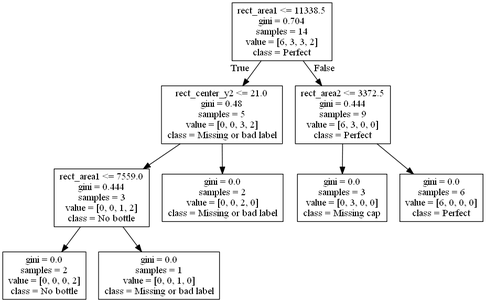
balazshorvath/ImageProcessing keeps this Graphviz diagram as coke_bottle/decision_tree.dot.png. Above is the earlier version. Its source is kept beside it as coke_bottle/decision_tree.dot. Source of this version:
```dot
digraph Tree {
node [shape=box] ;
0 [label="rect_area1 <= 11338.5\ngini = 0.704\nsamples = 14\nvalue = [6, 3, 3, 2]\nclass = Perfect"] ;
1 [label="rect_center_y2 <= 21.0\ngini = 0.48\nsamples = 5\nvalue = [0, 0, 3, 2]\nclass = Missing or bad label"] ;
0 -> 1 [labeldistance=2.5, labelangle=45, headlabel="True"] ;
2 [label="rect_area1 <= 7559.0\ngini = 0.444\nsamples = 3\nvalue = [0, 0, 1, 2]\nclass = No bottle"] ;
1 -> 2 ;
3 [label="gini = 0.0\nsamples = 2\nvalue = [0, 0, 0, 2]\nclass = No bottle"] ;
2 -> 3 ;
4 [label="gini = 0.0\nsamples = 1\nvalue = [0, 0, 1, 0]\nclass = Missing or bad label"] ;
2 -> 4 ;
5 [label="gini = 0.0\nsamples = 2\nvalue = [0, 0, 2, 0]\nclass = Missing or bad label"] ;
1 -> 5 ;
6 [label="rect_area2 <= 3372.5\ngini = 0.444\nsamples = 9\nvalue = [6, 3, 0, 0]\nclass = Perfect"] ;
0 -> 6 [labeldistance=2.5, labelangle=-45, headlabel="False"] ;
7 [label="gini = 0.0\nsamples = 3\nvalue = [0, 3, 0, 0]\nclass = Missing cap"] ;
6 -> 7 ;
8 [label="gini = 0.0\nsamples = 6\nvalue = [6, 0, 0, 0]\nclass = Perfect"] ;
6 -> 8 ;
}
```
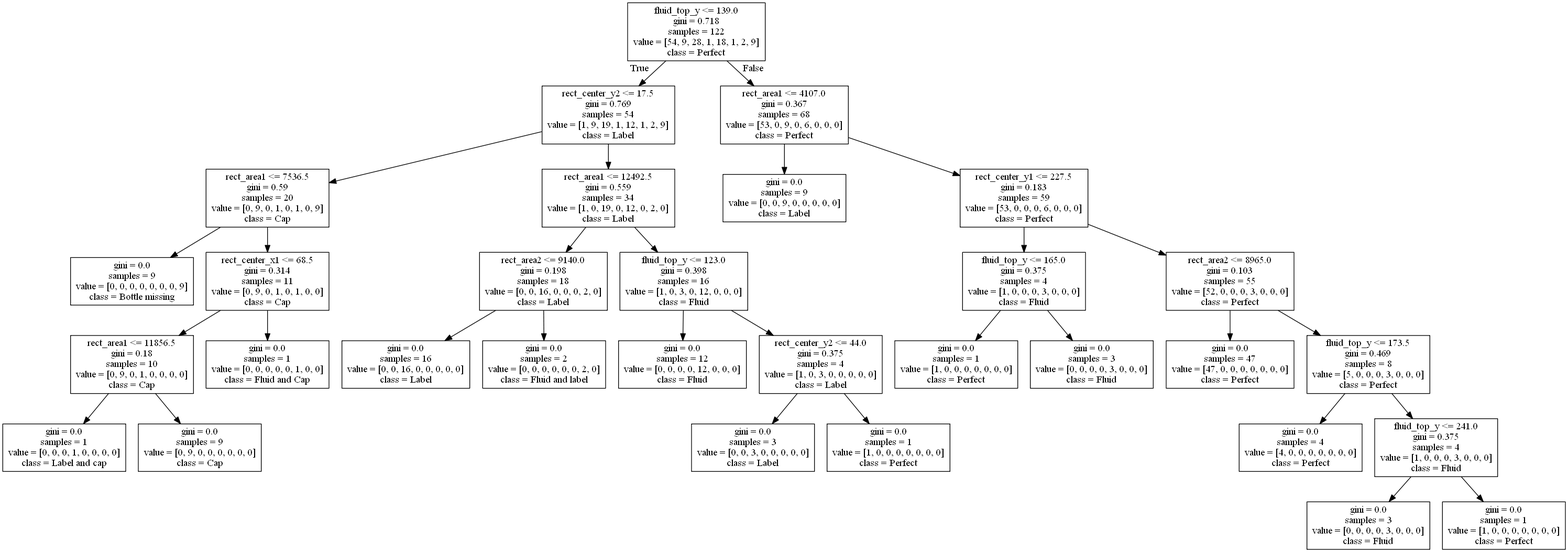
Above is the later version.

Commit message:
Updated decision tree solution with the new data set. took the deformation out of the picture, the image processing simply does a bad job at this.

What changed in the source:
```diff
@@ -1,20 +1,64 @@
 digraph Tree {
 node [shape=box] ;
-0 [label="rect_area1 <= 11338.5\ngini = 0.704\nsamples = 14\nvalue = [6, 3, 3, 2]\nclass = Perfect"] ;
-1 [label="rect_center_y2 <= 21.0\ngini = 0.48\nsamples = 5\nvalue = [0, 0, 3, 2]\nclass = Missing or bad label"] ;
+0 [label="fluid_top_y <= 139.0\ngini = 0.718\nsamples = 122\nvalue = [54, 9, 28, 1, 18, 1, 2, 9]\nclass = Perfect"] ;
+1 [label="rect_center_y2 <= 17.5\ngini = 0.769\nsamples = 54\nvalue = [1, 9, 19, 1, 12, 1, 2, 9]\nclass = Label"] ;
 0 -> 1 [labeldistance=2.5, labelangle=45, headlabel="True"] ;
-2 [label="rect_area1 <= 7559.0\ngini = 0.444\nsamples = 3\nvalue = [0, 0, 1, 2]\nclass = No bottle"] ;
+2 [label="rect_area1 <= 7536.5\ngini = 0.59\nsamples = 20\nvalue = [0, 9, 0, 1, 0, 1, 0, 9]\nclass = Cap"] ;
 1 -> 2 ;
-3 [label="gini = 0.0\nsamples = 2\nvalue = [0, 0, 0, 2]\nclass = No bottle"] ;
+3 [label="gini = 0.0\nsamples = 9\nvalue = [0, 0, 0, 0, 0, 0, 0, 9]\nclass = Bottle missing"] ;
 2 -> 3 ;
-4 [label="gini = 0.0\nsamples = 1\nvalue = [0, 0, 1, 0]\nclass = Missing or bad label"] ;
+4 [label="rect_center_x1 <= 68.5\ngini = 0.314\nsamples = 11\nvalue = [0, 9, 0, 1, 0, 1, 0, 0]\nclass = Cap"] ;
 2 -> 4 ;
-5 [label="gini = 0.0\nsamples = 2\nvalue = [0, 0, 2, 0]\nclass = Missing or bad label"] ;
-1 -> 5 ;
-6 [label="rect_area2 <= 3372.5\ngini = 0.444\nsamples = 9\nvalue = [6, 3, 0, 0]\nclass = Perfect"] ;
-0 -> 6 [labeldistance=2.5, labelangle=-45, headlabel="False"] ;
-7 [label="gini = 0.0\nsamples = 3\nvalue = [0, 3, 0, 0]\nclass = Missing cap"] ;
-6 -> 7 ;
-8 [label="gini = 0.0\nsamples = 6\nvalue = [6, 0, 0, 0]\nclass = Perfect"] ;
-6 -> 8 ;
+5 [label="rect_area1 <= 11856.5\ngini = 0.18\nsamples = 10\nvalue = [0, 9, 0, 1, 0, 0, 0, 0]\nclass = Cap"] ;
+4 -> 5 ;
+6 [label="gini = 0.0\nsamples = 1\nvalue = [0, 0, 0, 1, 0, 0, 0, 0]\nclass = Label and cap"] ;
+5 -> 6 ;
+7 [label="gini = 0.0\nsamples = 9\nvalue = [0, 9, 0, 0, 0, 0, 0, 0]\nclass = Cap"] ;
+5 -> 7 ;
+8 [label="gini = 0.0\nsamples = 1\nvalue = [0, 0, 0, 0, 0, 1, 0, 0]\nclass = Fluid and Cap"] ;
+4 -> 8 ;
+9 [label="rect_area1 <= 12492.5\ngini = 0.559\nsamples = 34\nvalue = [1, 0, 19, 0, 12, 0, 2, 0]\nclass = Label"] ;
+1 -> 9 ;
+10 [label="rect_area2 <= 9140.0\ngini = 0.198\nsamples = 18\nvalue = [0, 0, 16, 0, 0, 0, 2, 0]\nclass = Label"] ;
+9 -> 10 ;
+11 [label="gini = 0.0\nsamples = 16\nvalue = [0, 0, 16, 0, 0, 0, 0, 0]\nclass = Label"] ;
+10 -> 11 ;
+12 [label="gini = 0.0\nsamples = 2\nvalue = [0, 0, 0, 0, 0, 0, 2, 0]\nclass = Fluid and label"] ;
+10 -> 12 ;
+13 [label="fluid_top_y <= 123.0\ngini = 0.398\nsamples = 16\nvalue = [1, 0, 3, 0, 12, 0, 0, 0]\nclass = Fluid"] ;
+9 -> 13 ;
+14 [label="gini = 0.0\nsamples = 12\nvalue = [0, 0, 0, 0, 12, 0, 0, 0]\nclass = Fluid"] ;
+13 -> 14 ;
+15 [label="rect_center_y2 <= 44.0\ngini = 0.375\nsamples = 4\nvalue = [1, 0, 3, 0, 0, 0, 0, 0]\nclass = Label"] ;
+13 -> 15 ;
+16 [label="gini = 0.0\nsamples = 3\nvalue = [0, 0, 3, 0, 0, 0, 0, 0]\nclass = Label"] ;
+15 -> 16 ;
+17 [label="gini = 0.0\nsamples = 1\nvalue = [1, 0, 0, 0, 0, 0, 0, 0]\nclass = Perfect"] ;
+15 -> 17 ;
+18 [label="rect_area1 <= 4107.0\ngini = 0.367\nsamples = 68\nvalue = [53, 0, 9, 0, 6, 0, 0, 0]\nclass = Perfect"] ;
+0 -> 18 [labeldistance=2.5, labelangle=-45, headlabel="False"] ;
+19 [label="gini = 0.0\nsamples = 9\nvalue = [0, 0, 9, 0, 0, 0, 0, 0]\nclass = Label"] ;
+18 -> 19 ;
+20 [label="rect_center_y1 <= 227.5\ngini = 0.183\nsamples = 59\nvalue = [53, 0, 0, 0, 6, 0, 0, 0]\nclass = Perfect"] ;
+18 -> 20 ;
+21 [label="fluid_top_y <= 165.0\ngini = 0.375\nsamples = 4\nvalue = [1, 0, 0, 0, 3, 0, 0, 0]\nclass = Fluid"] ;
+20 -> 21 ;
+22 [label="gini = 0.0\nsamples = 1\nvalue = [1, 0, 0, 0, 0, 0, 0, 0]\nclass = Perfect"] ;
+21 -> 22 ;
+23 [label="gini = 0.0\nsamples = 3\nvalue = [0, 0, 0, 0, 3, 0, 0, 0]\nclass = Fluid"] ;
+21 -> 23 ;
+24 [label="rect_area2 <= 8965.0\ngini = 0.103\nsamples = 55\nvalue = [52, 0, 0, 0, 3, 0, 0, 0]\nclass = Perfect"] ;
+20 -> 24 ;
+25 [label="gini = 0.0\nsamples = 47\nvalue = [47, 0, 0, 0, 0, 0, 0, 0]\nclass = Perfect"] ;
+24 -> 25 ;
+26 [label="fluid_top_y <= 173.5\ngini = 0.469\nsamples = 8\nvalue = [5, 0, 0, 0, 3, 0, 0, 0]\nclass = Perfect"] ;
+24 -> 26 ;
+27 [label="gini = 0.0\nsamples = 4\nvalue = [4, 0, 0, 0, 0, 0, 0, 0]\nclass = Perfect"] ;
+26 -> 27 ;
+28 [label="fluid_top_y <= 241.0\ngini = 0.375\nsamples = 4\nvalue = [1, 0, 0, 0, 3, 0, 0, 0]\nclass = Fluid"] ;
+26 -> 28 ;
+29 [label="gini = 0.0\nsamples = 3\nvalue = [0, 0, 0, 0, 3, 0, 0, 0]\nclass = Fluid"] ;
+28 -> 29 ;
+30 [label="gini = 0.0\nsamples = 1\nvalue = [1, 0, 0, 0, 0, 0, 0, 0]\nclass = Perfect"] ;
+28 -> 30 ;
 }
```
